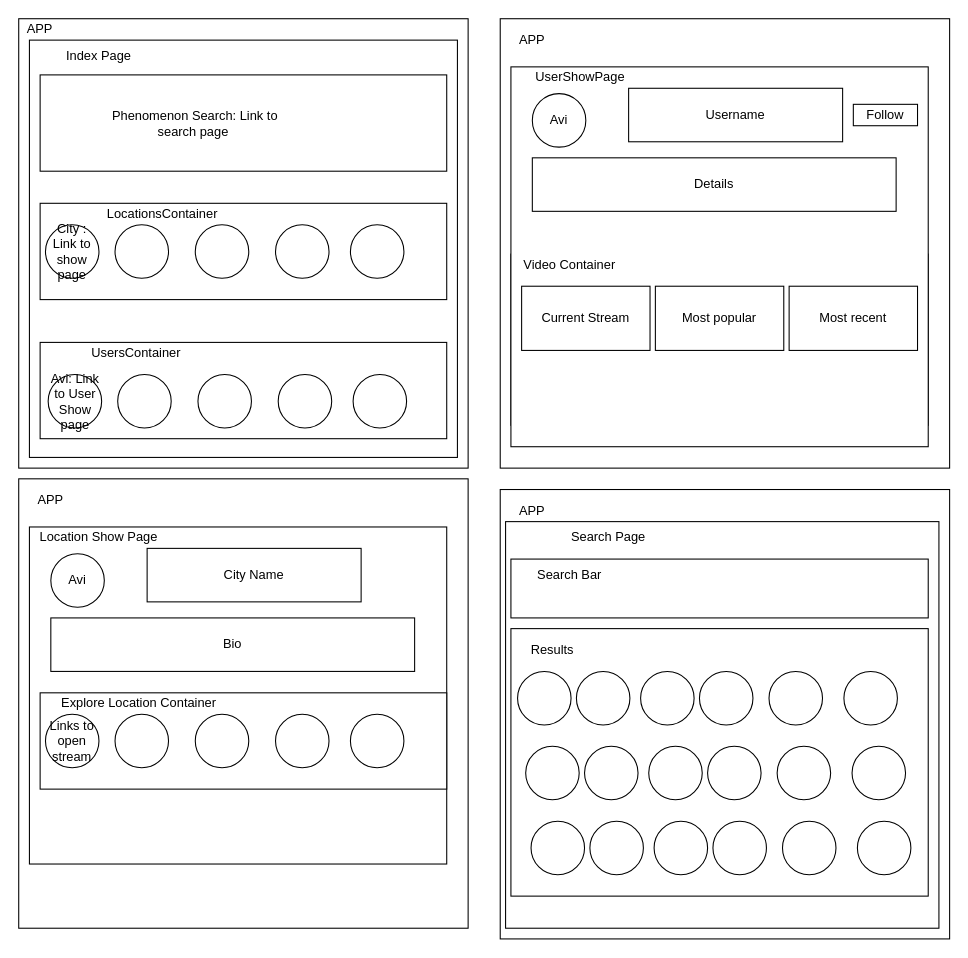
Above: frontend.drawio in gbenga/stream-nature-frontend (draw.io), before the change. Source tidied: cells renumbered, new cells numbered last; positions are measured from the earlier drawing's top-left corner, leaving out a move shared by most shapes. Both pictures are drawn from the tidied source at 107%, with x=0, y=0 at pixel (18, 18).
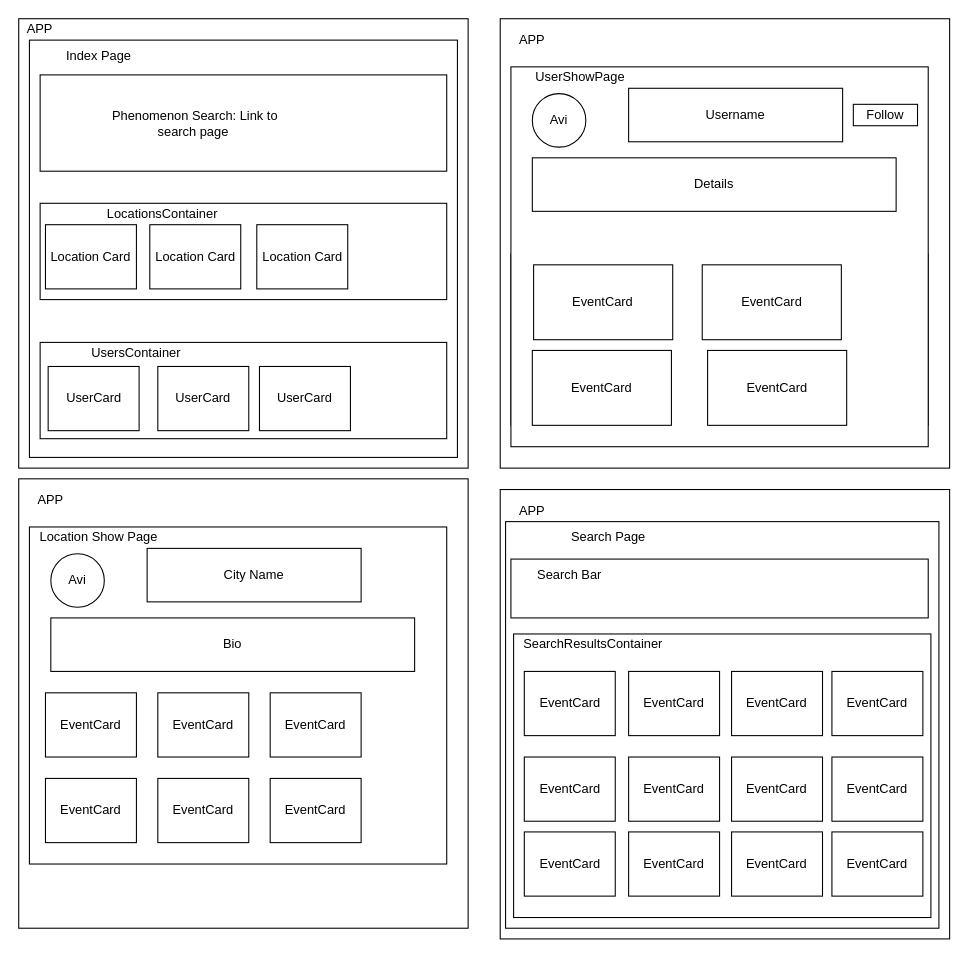
After the change.

Commit message (it also covers changes not shown here):
editing user show page to add a  new folower - 404 error

What changed in the source:
```diff
@@
-    <mxCell id="14" value="City : Link to show page" style="ellipse;whiteSpace=wrap;html=1;" parent="1" vertex="1">
-      <mxGeometry x="25" y="192.5" width="50" height="50" as="geometry" />
-    </mxCell>
-    <mxCell id="15" style="ellipse;whiteSpace=wrap;html=1;" parent="1" vertex="1">
-      <mxGeometry x="90" y="192.5" width="50" height="50" as="geometry" />
-    </mxCell>
-    <mxCell id="16" style="ellipse;whiteSpace=wrap;html=1;" parent="1" vertex="1">
-      <mxGeometry x="240" y="192.5" width="50" height="50" as="geometry" />
-    </mxCell>
-    <mxCell id="17" style="ellipse;whiteSpace=wrap;html=1;" parent="1" vertex="1">
-      <mxGeometry x="310" y="192.5" width="50" height="50" as="geometry" />
-    </mxCell>
-    <mxCell id="18" style="ellipse;whiteSpace=wrap;html=1;" parent="1" vertex="1">
-      <mxGeometry x="165" y="192.5" width="50" height="50" as="geometry" />
-    </mxCell>
-    <mxCell id="19" value="Avi: Link to User Show page" style="ellipse;whiteSpace=wrap;html=1;" parent="1" vertex="1">
-      <mxGeometry x="27.5" y="332.5" width="50" height="50" as="geometry" />
-    </mxCell>
-    <mxCell id="20" style="ellipse;whiteSpace=wrap;html=1;" parent="1" vertex="1">
-      <mxGeometry x="92.5" y="332.5" width="50" height="50" as="geometry" />
-    </mxCell>
-    <mxCell id="21" style="ellipse;whiteSpace=wrap;html=1;" parent="1" vertex="1">
-      <mxGeometry x="242.5" y="332.5" width="50" height="50" as="geometry" />
-    </mxCell>
-    <mxCell id="22" style="ellipse;whiteSpace=wrap;html=1;" parent="1" vertex="1">
-      <mxGeometry x="312.5" y="332.5" width="50" height="50" as="geometry" />
-    </mxCell>
-    <mxCell id="23" style="ellipse;whiteSpace=wrap;html=1;" parent="1" vertex="1">
-      <mxGeometry x="167.5" y="332.5" width="50" height="50" as="geometry" />
-    </mxCell>
@@
-    <mxCell id="30" value="Current Stream" style="rounded=0;whiteSpace=wrap;html=1;" parent="1" vertex="1">
-      <mxGeometry x="470" y="250" width="120" height="60" as="geometry" />
+    <mxCell id="30" value="EventCard" style="rounded=0;whiteSpace=wrap;html=1;" parent="1" vertex="1">
+      <mxGeometry x="481.2" y="230" width="130" height="70" as="geometry" />
     </mxCell>
-    <mxCell id="31" value="Most popular" style="rounded=0;whiteSpace=wrap;html=1;" parent="1" vertex="1">
-      <mxGeometry x="595" y="250" width="120" height="60" as="geometry" />
-    </mxCell>
-    <mxCell id="32" value="Most recent" style="rounded=0;whiteSpace=wrap;html=1;" parent="1" vertex="1">
-      <mxGeometry x="720" y="250" width="120" height="60" as="geometry" />
-    </mxCell>
-    <mxCell id="33" value="Video Container" style="text;html=1;strokeColor=none;fillColor=none;align=center;verticalAlign=middle;whiteSpace=wrap;rounded=0;" parent="1" vertex="1">
-      <mxGeometry x="460" y="220" width="110" height="20" as="geometry" />
-    </mxCell>
@@
-    <mxCell id="42" style="rounded=0;whiteSpace=wrap;html=1;" parent="1" vertex="1">
-      <mxGeometry x="20" y="630" width="380" height="90" as="geometry" />
-    </mxCell>
-    <mxCell id="43" value="Links to open stream" style="ellipse;whiteSpace=wrap;html=1;" parent="1" vertex="1">
-      <mxGeometry x="25" y="650" width="50" height="50" as="geometry" />
-    </mxCell>
-    <mxCell id="44" style="ellipse;whiteSpace=wrap;html=1;" parent="1" vertex="1">
-      <mxGeometry x="90" y="650" width="50" height="50" as="geometry" />
-    </mxCell>
-    <mxCell id="45" style="ellipse;whiteSpace=wrap;html=1;" parent="1" vertex="1">
-      <mxGeometry x="240" y="650" width="50" height="50" as="geometry" />
-    </mxCell>
-    <mxCell id="46" style="ellipse;whiteSpace=wrap;html=1;" parent="1" vertex="1">
-      <mxGeometry x="310" y="650" width="50" height="50" as="geometry" />
-    </mxCell>
-    <mxCell id="47" style="ellipse;whiteSpace=wrap;html=1;" parent="1" vertex="1">
-      <mxGeometry x="165" y="650" width="50" height="50" as="geometry" />
-    </mxCell>
-    <mxCell id="48" value="Explore Location Container" style="text;html=1;strokeColor=none;fillColor=none;align=center;verticalAlign=middle;whiteSpace=wrap;rounded=0;" parent="1" vertex="1">
-      <mxGeometry x="27.5" y="630" width="169" height="20" as="geometry" />
-    </mxCell>
     <mxCell id="49" style="rounded=0;whiteSpace=wrap;html=1;" parent="1" vertex="1">
-      <mxGeometry x="460" y="570" width="390" height="250" as="geometry" />
+      <mxGeometry x="462.5" y="575" width="390" height="265" as="geometry" />
     </mxCell>
@@
-    <mxCell id="52" value="Results" style="text;html=1;strokeColor=none;fillColor=none;align=center;verticalAlign=middle;whiteSpace=wrap;rounded=0;" parent="1" vertex="1">
-      <mxGeometry x="443.8" y="580" width="110" height="20" as="geometry" />
-    </mxCell>
@@
-    <mxCell id="54" style="ellipse;whiteSpace=wrap;html=1;" parent="1" vertex="1">
-      <mxGeometry x="466.2" y="610" width="50" height="50" as="geometry" />
-    </mxCell>
-    <mxCell id="55" style="ellipse;whiteSpace=wrap;html=1;" parent="1" vertex="1">
-      <mxGeometry x="521.2" y="610" width="50" height="50" as="geometry" />
-    </mxCell>
-    <mxCell id="56" style="ellipse;whiteSpace=wrap;html=1;" parent="1" vertex="1">
-      <mxGeometry x="581.2" y="610" width="50" height="50" as="geometry" />
-    </mxCell>
-    <mxCell id="57" style="ellipse;whiteSpace=wrap;html=1;" parent="1" vertex="1">
-      <mxGeometry x="636.2" y="610" width="50" height="50" as="geometry" />
-    </mxCell>
-    <mxCell id="58" style="ellipse;whiteSpace=wrap;html=1;" parent="1" vertex="1">
-      <mxGeometry x="701.2" y="610" width="50" height="50" as="geometry" />
-    </mxCell>
-    <mxCell id="59" style="ellipse;whiteSpace=wrap;html=1;" parent="1" vertex="1">
-      <mxGeometry x="771.2" y="610" width="50" height="50" as="geometry" />
-    </mxCell>
-    <mxCell id="60" style="ellipse;whiteSpace=wrap;html=1;" parent="1" vertex="1">
-      <mxGeometry x="473.8" y="680" width="50" height="50" as="geometry" />
-    </mxCell>
-    <mxCell id="61" style="ellipse;whiteSpace=wrap;html=1;" parent="1" vertex="1">
-      <mxGeometry x="528.8" y="680" width="50" height="50" as="geometry" />
-    </mxCell>
-    <mxCell id="62" style="ellipse;whiteSpace=wrap;html=1;" parent="1" vertex="1">
-      <mxGeometry x="588.8" y="680" width="50" height="50" as="geometry" />
-    </mxCell>
-    <mxCell id="63" style="ellipse;whiteSpace=wrap;html=1;" parent="1" vertex="1">
-      <mxGeometry x="643.8" y="680" width="50" height="50" as="geometry" />
-    </mxCell>
-    <mxCell id="64" style="ellipse;whiteSpace=wrap;html=1;" parent="1" vertex="1">
-      <mxGeometry x="708.8" y="680" width="50" height="50" as="geometry" />
-    </mxCell>
-    <mxCell id="65" style="ellipse;whiteSpace=wrap;html=1;" parent="1" vertex="1">
-      <mxGeometry x="778.8" y="680" width="50" height="50" as="geometry" />
-    </mxCell>
-    <mxCell id="66" style="ellipse;whiteSpace=wrap;html=1;" parent="1" vertex="1">
-      <mxGeometry x="478.8" y="750" width="50" height="50" as="geometry" />
-    </mxCell>
-    <mxCell id="67" style="ellipse;whiteSpace=wrap;html=1;" parent="1" vertex="1">
-      <mxGeometry x="533.8" y="750" width="50" height="50" as="geometry" />
-    </mxCell>
-    <mxCell id="68" style="ellipse;whiteSpace=wrap;html=1;" parent="1" vertex="1">
-      <mxGeometry x="593.8" y="750" width="50" height="50" as="geometry" />
-    </mxCell>
-    <mxCell id="69" style="ellipse;whiteSpace=wrap;html=1;" parent="1" vertex="1">
-      <mxGeometry x="648.8" y="750" width="50" height="50" as="geometry" />
-    </mxCell>
-    <mxCell id="70" style="ellipse;whiteSpace=wrap;html=1;" parent="1" vertex="1">
-      <mxGeometry x="713.8" y="750" width="50" height="50" as="geometry" />
-    </mxCell>
-    <mxCell id="71" style="ellipse;whiteSpace=wrap;html=1;" parent="1" vertex="1">
-      <mxGeometry x="783.8" y="750" width="50" height="50" as="geometry" />
-    </mxCell>
@@
+    <mxCell id="75" value="EventCard" style="rounded=0;whiteSpace=wrap;html=1;" parent="1" vertex="1">
+      <mxGeometry x="638.8" y="230" width="130" height="70" as="geometry" />
+    </mxCell>
+    <mxCell id="76" value="&lt;span&gt;EventCard&lt;/span&gt;" style="rounded=0;whiteSpace=wrap;html=1;" parent="1" vertex="1">
+      <mxGeometry x="480" y="310" width="130" height="70" as="geometry" />
+    </mxCell>
+    <mxCell id="77" value="EventCard" style="rounded=0;whiteSpace=wrap;html=1;" parent="1" vertex="1">
+      <mxGeometry x="643.8" y="310" width="130" height="70" as="geometry" />
+    </mxCell>
+    <mxCell id="78" value="Location Card" style="rounded=0;whiteSpace=wrap;html=1;" parent="1" vertex="1">
+      <mxGeometry x="25" y="192.5" width="85" height="60" as="geometry" />
+    </mxCell>
+    <mxCell id="79" value="Location Card" style="rounded=0;whiteSpace=wrap;html=1;" parent="1" vertex="1">
+      <mxGeometry x="122.5" y="192.5" width="85" height="60" as="geometry" />
+    </mxCell>
+    <mxCell id="80" value="Location Card" style="rounded=0;whiteSpace=wrap;html=1;" parent="1" vertex="1">
+      <mxGeometry x="222.5" y="192.5" width="85" height="60" as="geometry" />
+    </mxCell>
+    <mxCell id="81" value="UserCard" style="rounded=0;whiteSpace=wrap;html=1;" parent="1" vertex="1">
+      <mxGeometry x="27.5" y="325" width="85" height="60" as="geometry" />
+    </mxCell>
+    <mxCell id="82" value="UserCard" style="rounded=0;whiteSpace=wrap;html=1;" parent="1" vertex="1">
+      <mxGeometry x="225" y="325" width="85" height="60" as="geometry" />
+    </mxCell>
+    <mxCell id="83" value="UserCard" style="rounded=0;whiteSpace=wrap;html=1;" parent="1" vertex="1">
+      <mxGeometry x="130" y="325" width="85" height="60" as="geometry" />
+    </mxCell>
+    <mxCell id="84" value="EventCard" style="rounded=0;whiteSpace=wrap;html=1;" parent="1" vertex="1">
+      <mxGeometry x="25" y="630" width="85" height="60" as="geometry" />
+    </mxCell>
+    <mxCell id="85" value="EventCard" style="rounded=0;whiteSpace=wrap;html=1;" parent="1" vertex="1">
+      <mxGeometry x="130" y="630" width="85" height="60" as="geometry" />
+    </mxCell>
+    <mxCell id="86" value="EventCard" style="rounded=0;whiteSpace=wrap;html=1;" parent="1" vertex="1">
+      <mxGeometry x="235" y="630" width="85" height="60" as="geometry" />
+    </mxCell>
+    <mxCell id="87" value="EventCard" style="rounded=0;whiteSpace=wrap;html=1;" parent="1" vertex="1">
+      <mxGeometry x="25" y="710" width="85" height="60" as="geometry" />
+    </mxCell>
+    <mxCell id="88" value="EventCard" style="rounded=0;whiteSpace=wrap;html=1;" parent="1" vertex="1">
+      <mxGeometry x="130" y="710" width="85" height="60" as="geometry" />
+    </mxCell>
+    <mxCell id="89" value="EventCard" style="rounded=0;whiteSpace=wrap;html=1;" parent="1" vertex="1">
+      <mxGeometry x="235" y="710" width="85" height="60" as="geometry" />
+    </mxCell>
+    <mxCell id="90" value="EventCard" style="rounded=0;whiteSpace=wrap;html=1;" parent="1" vertex="1">
+      <mxGeometry x="472.5" y="610" width="85" height="60" as="geometry" />
+    </mxCell>
+    <mxCell id="91" value="EventCard" style="rounded=0;whiteSpace=wrap;html=1;" parent="1" vertex="1">
+      <mxGeometry x="472.5" y="690" width="85" height="60" as="geometry" />
+    </mxCell>
+    <mxCell id="92" value="EventCard" style="rounded=0;whiteSpace=wrap;html=1;" parent="1" vertex="1">
+      <mxGeometry x="570" y="610" width="85" height="60" as="geometry" />
+    </mxCell>
+    <mxCell id="93" value="SearchResultsContainer" style="text;html=1;strokeColor=none;fillColor=none;align=center;verticalAlign=middle;whiteSpace=wrap;rounded=0;" parent="1" vertex="1">
+      <mxGeometry x="450" y="575" width="173.8" height="20" as="geometry" />
+    </mxCell>
+    <mxCell id="94" value="EventCard" style="rounded=0;whiteSpace=wrap;html=1;" parent="1" vertex="1">
+      <mxGeometry x="570" y="690" width="85" height="60" as="geometry" />
+    </mxCell>
+    <mxCell id="95" value="EventCard" style="rounded=0;whiteSpace=wrap;html=1;" parent="1" vertex="1">
+      <mxGeometry x="666.2" y="610" width="85" height="60" as="geometry" />
+    </mxCell>
+    <mxCell id="96" value="EventCard" style="rounded=0;whiteSpace=wrap;html=1;" parent="1" vertex="1">
+      <mxGeometry x="666.2" y="690" width="85" height="60" as="geometry" />
+    </mxCell>
+    <mxCell id="97" value="EventCard" style="rounded=0;whiteSpace=wrap;html=1;" parent="1" vertex="1">
+      <mxGeometry x="760" y="610" width="85" height="60" as="geometry" />
+    </mxCell>
+    <mxCell id="98" value="EventCard" style="rounded=0;whiteSpace=wrap;html=1;" parent="1" vertex="1">
+      <mxGeometry x="760" y="690" width="85" height="60" as="geometry" />
+    </mxCell>
+    <mxCell id="99" value="EventCard" style="rounded=0;whiteSpace=wrap;html=1;" parent="1" vertex="1">
+      <mxGeometry x="472.5" y="760" width="85" height="60" as="geometry" />
+    </mxCell>
+    <mxCell id="100" value="EventCard" style="rounded=0;whiteSpace=wrap;html=1;" parent="1" vertex="1">
+      <mxGeometry x="570" y="760" width="85" height="60" as="geometry" />
+    </mxCell>
+    <mxCell id="101" value="EventCard" style="rounded=0;whiteSpace=wrap;html=1;" parent="1" vertex="1">
+      <mxGeometry x="666.2" y="760" width="85" height="60" as="geometry" />
+    </mxCell>
+    <mxCell id="102" value="EventCard" style="rounded=0;whiteSpace=wrap;html=1;" parent="1" vertex="1">
+      <mxGeometry x="760" y="760" width="85" height="60" as="geometry" />
+    </mxCell>
```
